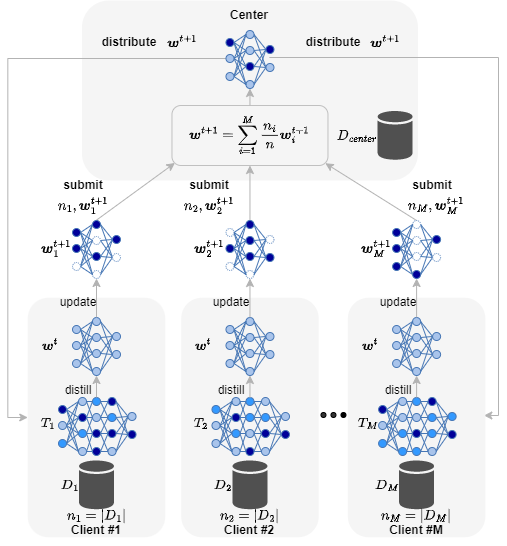
The draw.io diagram fedKA.png in guritian/fl-noniid, before a commit. Source tidied: cells renumbered, new cells last; positions are measured from the earlier drawing's top-left corner, leaving out a move shared by most shapes.
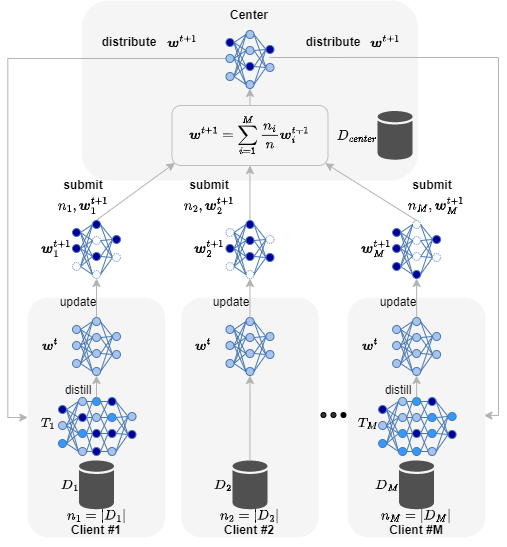
The same file after the commit.

Diff of the diagram source:
```diff
@@ -1115,186 +1115,9 @@
     <mxCell id="369" value="update" style="text;html=1;strokeColor=none;fillColor=none;align=center;verticalAlign=middle;whiteSpace=wrap;rounded=0;fillStyle=auto;" parent="1" vertex="1">
       <mxGeometry x="183" y="287" width="60" height="30" as="geometry" />
     </mxCell>
-    <mxCell id="370" style="edgeStyle=none;shape=connector;rounded=0;jettySize=auto;html=1;exitX=1;exitY=0.5;exitDx=0;exitDy=0;entryX=0;entryY=0.5;entryDx=0;entryDy=0;labelBackgroundColor=default;strokeColor=#4777B5;fontFamily=Helvetica;fontSize=12;fontColor=default;endArrow=none;endFill=0;" parent="1" edge="1" source="372" target="401">
-      <mxGeometry relative="1" as="geometry" />
-    </mxCell>
-    <mxCell id="371" style="edgeStyle=none;shape=connector;rounded=0;jettySize=auto;html=1;exitX=1;exitY=0.5;exitDx=0;exitDy=0;entryX=0;entryY=0.5;entryDx=0;entryDy=0;labelBackgroundColor=default;strokeColor=#4777B5;fontFamily=Helvetica;fontSize=12;fontColor=default;endArrow=none;endFill=0;" parent="1" edge="1" source="372" target="405">
-      <mxGeometry relative="1" as="geometry" />
-    </mxCell>
-    <mxCell id="372" style="ellipse;whiteSpace=wrap;html=1;fillColor=#A9C4EB;strokeColor=#4777B5;fontColor=default;fillStyle=auto;" parent="1" vertex="1">
-      <mxGeometry x="213.5" y="397" width="8" height="8" as="geometry" />
-    </mxCell>
-    <mxCell id="373" style="edgeStyle=none;shape=connector;rounded=0;jettySize=auto;html=1;exitX=1;exitY=0.5;exitDx=0;exitDy=0;entryX=0;entryY=0.5;entryDx=0;entryDy=0;labelBackgroundColor=default;strokeColor=#4777B5;fontFamily=Helvetica;fontSize=12;fontColor=default;endArrow=none;endFill=0;" parent="1" edge="1" source="376" target="405">
-      <mxGeometry relative="1" as="geometry" />
-    </mxCell>
-    <mxCell id="374" style="edgeStyle=none;shape=connector;rounded=0;jettySize=auto;html=1;exitX=1;exitY=0.5;exitDx=0;exitDy=0;entryX=0;entryY=0.5;entryDx=0;entryDy=0;labelBackgroundColor=default;strokeColor=#4777B5;fontFamily=Helvetica;fontSize=12;fontColor=default;endArrow=none;endFill=0;" parent="1" edge="1" source="376" target="401">
-      <mxGeometry relative="1" as="geometry" />
-    </mxCell>
-    <mxCell id="375" style="edgeStyle=none;shape=connector;rounded=0;jettySize=auto;html=1;exitX=1;exitY=0.5;exitDx=0;exitDy=0;entryX=0;entryY=0.5;entryDx=0;entryDy=0;labelBackgroundColor=default;strokeColor=#4777B5;fontFamily=Helvetica;fontSize=12;fontColor=default;endArrow=none;endFill=0;" parent="1" edge="1" source="376" target="409">
-      <mxGeometry relative="1" as="geometry" />
-    </mxCell>
-    <mxCell id="376" style="ellipse;whiteSpace=wrap;html=1;strokeColor=#4777B5;fillColor=#000099;fillStyle=auto;" parent="1" vertex="1">
-      <mxGeometry x="213.5" y="413" width="8" height="8" as="geometry" />
-    </mxCell>
-    <mxCell id="377" style="edgeStyle=none;shape=connector;rounded=0;jettySize=auto;html=1;exitX=1;exitY=0.5;exitDx=0;exitDy=0;entryX=0;entryY=0.5;entryDx=0;entryDy=0;labelBackgroundColor=default;strokeColor=#4777B5;fontFamily=Helvetica;fontSize=12;fontColor=default;endArrow=none;endFill=0;" parent="1" edge="1" source="380" target="409">
-      <mxGeometry relative="1" as="geometry" />
-    </mxCell>
-    <mxCell id="378" style="edgeStyle=none;shape=connector;rounded=0;jettySize=auto;html=1;exitX=1;exitY=0.5;exitDx=0;exitDy=0;entryX=0;entryY=0.5;entryDx=0;entryDy=0;labelBackgroundColor=default;strokeColor=#4777B5;fontFamily=Helvetica;fontSize=12;fontColor=default;endArrow=none;endFill=0;" parent="1" edge="1" source="380" target="405">
-      <mxGeometry relative="1" as="geometry" />
-    </mxCell>
-    <mxCell id="379" style="edgeStyle=none;shape=connector;rounded=0;jettySize=auto;html=1;exitX=1;exitY=0.5;exitDx=0;exitDy=0;entryX=0;entryY=0.5;entryDx=0;entryDy=0;labelBackgroundColor=default;strokeColor=#4777B5;fontFamily=Helvetica;fontSize=12;fontColor=default;endArrow=none;endFill=0;" parent="1" edge="1" source="380" target="412">
-      <mxGeometry relative="1" as="geometry" />
-    </mxCell>
-    <mxCell id="380" style="ellipse;whiteSpace=wrap;html=1;strokeColor=#4777B5;fillColor=#3399FF;fontColor=default;fillStyle=auto;" parent="1" vertex="1">
-      <mxGeometry x="213.5" y="429" width="8" height="8" as="geometry" />
-    </mxCell>
-    <mxCell id="381" style="edgeStyle=none;shape=connector;rounded=0;jettySize=auto;html=1;exitX=1;exitY=0.5;exitDx=0;exitDy=0;entryX=0;entryY=0.5;entryDx=0;entryDy=0;labelBackgroundColor=default;strokeColor=#4777B5;fontFamily=Helvetica;fontSize=12;fontColor=default;endArrow=none;endFill=0;" parent="1" edge="1" source="383" target="412">
-      <mxGeometry relative="1" as="geometry" />
-    </mxCell>
-    <mxCell id="382" style="edgeStyle=none;shape=connector;rounded=0;jettySize=auto;html=1;exitX=1;exitY=0.5;exitDx=0;exitDy=0;entryX=0;entryY=0.5;entryDx=0;entryDy=0;labelBackgroundColor=default;strokeColor=#4777B5;fontFamily=Helvetica;fontSize=12;fontColor=default;endArrow=none;endFill=0;" parent="1" edge="1" source="383" target="409">
-      <mxGeometry relative="1" as="geometry" />
-    </mxCell>
-    <mxCell id="383" style="ellipse;whiteSpace=wrap;html=1;strokeColor=#4777B5;fillColor=#A9C4EB;fillStyle=auto;" parent="1" vertex="1">
-      <mxGeometry x="213.5" y="447" width="8" height="8" as="geometry" />
-    </mxCell>
-    <mxCell id="384" style="rounded=0;jettySize=auto;html=1;exitX=1;exitY=0.5;exitDx=0;exitDy=0;entryX=0;entryY=0.5;entryDx=0;entryDy=0;strokeColor=#4777B5;endArrow=none;endFill=0;" parent="1" edge="1" source="388" target="372">
-      <mxGeometry relative="1" as="geometry" />
-    </mxCell>
-    <mxCell id="385" style="edgeStyle=none;rounded=0;jettySize=auto;html=1;exitX=1;exitY=0.5;exitDx=0;exitDy=0;entryX=0;entryY=0.5;entryDx=0;entryDy=0;strokeColor=#4777B5;endArrow=none;endFill=0;" parent="1" edge="1" source="388" target="376">
-      <mxGeometry relative="1" as="geometry" />
-    </mxCell>
-    <mxCell id="386" style="edgeStyle=none;rounded=0;jettySize=auto;html=1;exitX=1;exitY=0.5;exitDx=0;exitDy=0;entryX=0;entryY=0.5;entryDx=0;entryDy=0;strokeColor=#4777B5;endArrow=none;endFill=0;" parent="1" edge="1" source="388" target="380">
-      <mxGeometry relative="1" as="geometry" />
-    </mxCell>
-    <mxCell id="387" style="edgeStyle=none;rounded=0;jettySize=auto;html=1;exitX=1;exitY=0.5;exitDx=0;exitDy=0;entryX=0;entryY=0.5;entryDx=0;entryDy=0;strokeColor=#4777B5;endArrow=none;endFill=0;" parent="1" edge="1" source="388" target="383">
-      <mxGeometry relative="1" as="geometry" />
-    </mxCell>
-    <mxCell id="388" style="ellipse;whiteSpace=wrap;html=1;strokeColor=#4777B5;fillColor=#3399FF;fillStyle=auto;" parent="1" vertex="1">
-      <mxGeometry x="193.5" y="405" width="8" height="8" as="geometry" />
-    </mxCell>
-    <mxCell id="389" style="edgeStyle=none;rounded=0;jettySize=auto;html=1;exitX=1;exitY=0.5;exitDx=0;exitDy=0;entryX=0;entryY=0.5;entryDx=0;entryDy=0;strokeColor=#4777B5;endArrow=none;endFill=0;" parent="1" edge="1" source="393" target="376">
-      <mxGeometry relative="1" as="geometry" />
-    </mxCell>
-    <mxCell id="390" style="edgeStyle=none;rounded=0;jettySize=auto;html=1;exitX=1;exitY=0.5;exitDx=0;exitDy=0;entryX=0;entryY=0.5;entryDx=0;entryDy=0;strokeColor=#4777B5;endArrow=none;endFill=0;" parent="1" edge="1" source="393" target="380">
-      <mxGeometry relative="1" as="geometry" />
-    </mxCell>
-    <mxCell id="391" style="edgeStyle=none;rounded=0;jettySize=auto;html=1;exitX=1;exitY=0.5;exitDx=0;exitDy=0;entryX=0;entryY=0.5;entryDx=0;entryDy=0;strokeColor=#4777B5;endArrow=none;endFill=0;" parent="1" edge="1" source="393" target="372">
-      <mxGeometry relative="1" as="geometry" />
-    </mxCell>
-    <mxCell id="392" style="edgeStyle=none;rounded=0;jettySize=auto;html=1;exitX=1;exitY=0.5;exitDx=0;exitDy=0;entryX=0;entryY=0.5;entryDx=0;entryDy=0;strokeColor=#4777B5;endArrow=none;endFill=0;" parent="1" edge="1" source="393" target="383">
-      <mxGeometry relative="1" as="geometry" />
-    </mxCell>
-    <mxCell id="393" style="ellipse;whiteSpace=wrap;html=1;strokeColor=#4777B5;fillColor=#A9C4EB;fontColor=default;fillStyle=auto;" parent="1" vertex="1">
-      <mxGeometry x="193.5" y="421" width="8" height="8" as="geometry" />
-    </mxCell>
-    <mxCell id="394" style="edgeStyle=none;rounded=0;jettySize=auto;html=1;exitX=1;exitY=0.5;exitDx=0;exitDy=0;entryX=0;entryY=0.5;entryDx=0;entryDy=0;strokeColor=#4777B5;endArrow=none;endFill=0;" parent="1" edge="1" source="398" target="383">
-      <mxGeometry relative="1" as="geometry" />
-    </mxCell>
-    <mxCell id="395" style="edgeStyle=none;rounded=0;jettySize=auto;html=1;exitX=1;exitY=0.5;exitDx=0;exitDy=0;entryX=0;entryY=0.5;entryDx=0;entryDy=0;strokeColor=#4777B5;endArrow=none;endFill=0;" parent="1" edge="1" source="398" target="380">
-      <mxGeometry relative="1" as="geometry" />
-    </mxCell>
-    <mxCell id="396" style="edgeStyle=none;rounded=0;jettySize=auto;html=1;exitX=1;exitY=0.5;exitDx=0;exitDy=0;entryX=0;entryY=0.5;entryDx=0;entryDy=0;strokeColor=#4777B5;endArrow=none;endFill=0;" parent="1" edge="1" source="398" target="376">
-      <mxGeometry relative="1" as="geometry" />
-    </mxCell>
-    <mxCell id="397" style="edgeStyle=none;rounded=0;jettySize=auto;html=1;exitX=1;exitY=0.5;exitDx=0;exitDy=0;entryX=0;entryY=0.5;entryDx=0;entryDy=0;strokeColor=#4777B5;endArrow=none;endFill=0;" parent="1" edge="1" source="398" target="372">
-      <mxGeometry relative="1" as="geometry" />
-    </mxCell>
-    <mxCell id="398" style="ellipse;whiteSpace=wrap;html=1;strokeColor=#4777B5;fillColor=#A9C4EB;fillStyle=auto;" parent="1" vertex="1">
-      <mxGeometry x="193.5" y="439" width="8" height="8" as="geometry" />
-    </mxCell>
-    <mxCell id="399" style="edgeStyle=none;shape=connector;rounded=0;jettySize=auto;html=1;exitX=1;exitY=0.5;exitDx=0;exitDy=0;entryX=0;entryY=0.5;entryDx=0;entryDy=0;labelBackgroundColor=default;strokeColor=#4777B5;fontFamily=Helvetica;fontSize=12;fontColor=default;endArrow=none;endFill=0;" parent="1" edge="1" source="401" target="415">
-      <mxGeometry relative="1" as="geometry" />
-    </mxCell>
-    <mxCell id="400" style="edgeStyle=none;shape=connector;rounded=0;jettySize=auto;html=1;exitX=1;exitY=0.5;exitDx=0;exitDy=0;entryX=0;entryY=0.5;entryDx=0;entryDy=0;labelBackgroundColor=default;strokeColor=#4777B5;fontFamily=Helvetica;fontSize=12;fontColor=default;endArrow=none;endFill=0;" parent="1" edge="1" source="401" target="418">
-      <mxGeometry relative="1" as="geometry" />
-    </mxCell>
-    <mxCell id="401" style="ellipse;whiteSpace=wrap;html=1;fillColor=#3399FF;strokeColor=#4777B5;fontColor=default;fillStyle=auto;" parent="1" vertex="1">
-      <mxGeometry x="227.5" y="397" width="8" height="8" as="geometry" />
-    </mxCell>
-    <mxCell id="402" style="edgeStyle=none;shape=connector;rounded=0;jettySize=auto;html=1;exitX=1;exitY=0.5;exitDx=0;exitDy=0;entryX=0;entryY=0.5;entryDx=0;entryDy=0;labelBackgroundColor=default;strokeColor=#4777B5;fontFamily=Helvetica;fontSize=12;fontColor=default;endArrow=none;endFill=0;" parent="1" edge="1" source="405" target="418">
-      <mxGeometry relative="1" as="geometry" />
-    </mxCell>
-    <mxCell id="403" style="edgeStyle=none;shape=connector;rounded=0;jettySize=auto;html=1;exitX=1;exitY=0.5;exitDx=0;exitDy=0;entryX=0;entryY=0.5;entryDx=0;entryDy=0;labelBackgroundColor=default;strokeColor=#4777B5;fontFamily=Helvetica;fontSize=12;fontColor=default;endArrow=none;endFill=0;" parent="1" edge="1" source="405" target="415">
-      <mxGeometry relative="1" as="geometry" />
-    </mxCell>
-    <mxCell id="404" style="edgeStyle=none;shape=connector;rounded=0;jettySize=auto;html=1;exitX=1;exitY=0.5;exitDx=0;exitDy=0;entryX=0;entryY=0.5;entryDx=0;entryDy=0;labelBackgroundColor=default;strokeColor=#4777B5;fontFamily=Helvetica;fontSize=12;fontColor=default;endArrow=none;endFill=0;" parent="1" edge="1" source="405" target="421">
-      <mxGeometry relative="1" as="geometry" />
-    </mxCell>
-    <mxCell id="405" style="ellipse;whiteSpace=wrap;html=1;strokeColor=#4777B5;fillColor=#3399FF;fillStyle=auto;" parent="1" vertex="1">
-      <mxGeometry x="227.5" y="413" width="8" height="8" as="geometry" />
-    </mxCell>
-    <mxCell id="406" style="edgeStyle=none;shape=connector;rounded=0;jettySize=auto;html=1;exitX=1;exitY=0.5;exitDx=0;exitDy=0;entryX=0;entryY=0.5;entryDx=0;entryDy=0;labelBackgroundColor=default;strokeColor=#4777B5;fontFamily=Helvetica;fontSize=12;fontColor=default;endArrow=none;endFill=0;" parent="1" edge="1" source="409" target="421">
-      <mxGeometry relative="1" as="geometry" />
-    </mxCell>
-    <mxCell id="407" style="edgeStyle=none;shape=connector;rounded=0;jettySize=auto;html=1;exitX=1;exitY=0.5;exitDx=0;exitDy=0;entryX=0;entryY=0.5;entryDx=0;entryDy=0;labelBackgroundColor=default;strokeColor=#4777B5;fontFamily=Helvetica;fontSize=12;fontColor=default;endArrow=none;endFill=0;" parent="1" edge="1" source="409" target="418">
-      <mxGeometry relative="1" as="geometry" />
-    </mxCell>
-    <mxCell id="408" style="edgeStyle=none;shape=connector;rounded=0;jettySize=auto;html=1;exitX=1;exitY=0.5;exitDx=0;exitDy=0;entryX=0;entryY=0.5;entryDx=0;entryDy=0;labelBackgroundColor=default;strokeColor=#4777B5;fontFamily=Helvetica;fontSize=12;fontColor=default;endArrow=none;endFill=0;" parent="1" edge="1" source="409" target="425">
-      <mxGeometry relative="1" as="geometry" />
-    </mxCell>
-    <mxCell id="409" style="ellipse;whiteSpace=wrap;html=1;strokeColor=#4777B5;fillColor=#A9C4EB;fontColor=default;fillStyle=auto;" parent="1" vertex="1">
-      <mxGeometry x="227.5" y="429" width="8" height="8" as="geometry" />
-    </mxCell>
-    <mxCell id="410" style="edgeStyle=none;shape=connector;rounded=0;jettySize=auto;html=1;exitX=1;exitY=0.5;exitDx=0;exitDy=0;entryX=0;entryY=0.5;entryDx=0;entryDy=0;labelBackgroundColor=default;strokeColor=#4777B5;fontFamily=Helvetica;fontSize=12;fontColor=default;endArrow=none;endFill=0;" parent="1" edge="1" source="412" target="425">
-      <mxGeometry relative="1" as="geometry" />
-    </mxCell>
-    <mxCell id="411" style="edgeStyle=none;shape=connector;rounded=0;jettySize=auto;html=1;exitX=1;exitY=0.5;exitDx=0;exitDy=0;entryX=0;entryY=0.5;entryDx=0;entryDy=0;labelBackgroundColor=default;strokeColor=#4777B5;fontFamily=Helvetica;fontSize=12;fontColor=default;endArrow=none;endFill=0;" parent="1" edge="1" source="412" target="421">
-      <mxGeometry relative="1" as="geometry" />
-    </mxCell>
-    <mxCell id="412" style="ellipse;whiteSpace=wrap;html=1;strokeColor=#4777B5;fillColor=#000099;fillStyle=auto;" parent="1" vertex="1">
-      <mxGeometry x="227.5" y="447" width="8" height="8" as="geometry" />
-    </mxCell>
-    <mxCell id="413" style="edgeStyle=none;rounded=0;jettySize=auto;html=1;exitX=1;exitY=0.5;exitDx=0;exitDy=0;entryX=0;entryY=0.5;entryDx=0;entryDy=0;strokeColor=#4777B5;endArrow=none;endFill=0;" parent="1" edge="1" source="415" target="426">
-      <mxGeometry relative="1" as="geometry" />
-    </mxCell>
-    <mxCell id="414" style="rounded=0;jettySize=auto;html=1;exitX=1;exitY=0.5;exitDx=0;exitDy=0;entryX=0;entryY=0.5;entryDx=0;entryDy=0;endArrow=none;strokeColor=#4777B5;endFill=0;" parent="1" edge="1" source="415" target="427">
-      <mxGeometry relative="1" as="geometry" />
-    </mxCell>
-    <mxCell id="415" style="ellipse;whiteSpace=wrap;html=1;fillColor=#A9C4EB;strokeColor=#4777B5;fontColor=default;fillStyle=auto;" parent="1" vertex="1">
-      <mxGeometry x="243" y="397" width="8" height="8" as="geometry" />
-    </mxCell>
-    <mxCell id="416" style="edgeStyle=none;rounded=0;jettySize=auto;html=1;exitX=1;exitY=0.5;exitDx=0;exitDy=0;entryX=0;entryY=0.5;entryDx=0;entryDy=0;strokeColor=#4777B5;endArrow=none;endFill=0;" parent="1" edge="1" source="418" target="427">
-      <mxGeometry relative="1" as="geometry" />
-    </mxCell>
-    <mxCell id="417" style="edgeStyle=none;shape=connector;rounded=0;jettySize=auto;html=1;exitX=1;exitY=0.5;exitDx=0;exitDy=0;entryX=0;entryY=0.5;entryDx=0;entryDy=0;labelBackgroundColor=default;strokeColor=#4777B5;fontFamily=Helvetica;fontSize=11;fontColor=default;endArrow=none;endFill=0;" parent="1" edge="1" source="418" target="426">
-      <mxGeometry relative="1" as="geometry" />
-    </mxCell>
-    <mxCell id="418" style="ellipse;whiteSpace=wrap;html=1;strokeColor=#4777B5;fillColor=#3399FF;fillStyle=auto;" parent="1" vertex="1">
-      <mxGeometry x="243" y="413" width="8" height="8" as="geometry" />
-    </mxCell>
-    <mxCell id="419" style="edgeStyle=none;shape=connector;rounded=0;jettySize=auto;html=1;exitX=1;exitY=0.5;exitDx=0;exitDy=0;entryX=0;entryY=0.5;entryDx=0;entryDy=0;labelBackgroundColor=default;strokeColor=#4777B5;fontFamily=Helvetica;fontSize=11;fontColor=default;endArrow=none;endFill=0;" parent="1" edge="1" source="421" target="426">
-      <mxGeometry relative="1" as="geometry" />
-    </mxCell>
-    <mxCell id="420" style="edgeStyle=none;shape=connector;rounded=0;jettySize=auto;html=1;exitX=1;exitY=0.5;exitDx=0;exitDy=0;entryX=0;entryY=0.5;entryDx=0;entryDy=0;labelBackgroundColor=default;strokeColor=#4777B5;fontFamily=Helvetica;fontSize=11;fontColor=default;endArrow=none;endFill=0;" parent="1" edge="1" source="421" target="427">
-      <mxGeometry relative="1" as="geometry" />
-    </mxCell>
-    <mxCell id="421" style="ellipse;whiteSpace=wrap;html=1;strokeColor=#4777B5;fillColor=#000099;fontColor=default;fillStyle=auto;" parent="1" vertex="1">
-      <mxGeometry x="243" y="429" width="8" height="8" as="geometry" />
-    </mxCell>
-    <mxCell id="422" style="edgeStyle=none;rounded=0;jettySize=auto;html=1;exitX=1;exitY=0.5;exitDx=0;exitDy=0;entryX=0;entryY=0.5;entryDx=0;entryDy=0;strokeColor=#4777B5;endArrow=none;endFill=0;" parent="1" edge="1" source="425" target="427">
-      <mxGeometry relative="1" as="geometry" />
-    </mxCell>
-    <mxCell id="423" value="distill" style="text;html=1;strokeColor=none;fillColor=none;align=center;verticalAlign=middle;whiteSpace=wrap;rounded=0;fillStyle=auto;" parent="1" vertex="1">
-      <mxGeometry x="183" y="375" width="60" height="30" as="geometry" />
-    </mxCell>
-    <mxCell id="424" style="edgeStyle=none;rounded=0;jettySize=auto;html=1;exitX=1;exitY=0.5;exitDx=0;exitDy=0;entryX=0;entryY=0.5;entryDx=0;entryDy=0;strokeColor=#4777B5;endArrow=none;endFill=0;" parent="1" edge="1" source="425" target="426">
-      <mxGeometry relative="1" as="geometry" />
-    </mxCell>
-    <mxCell id="425" style="ellipse;whiteSpace=wrap;html=1;strokeColor=#4777B5;fillColor=#A9C4EB;fillStyle=auto;" parent="1" vertex="1">
-      <mxGeometry x="243" y="447" width="8" height="8" as="geometry" />
-    </mxCell>
-    <mxCell id="426" style="ellipse;whiteSpace=wrap;html=1;strokeColor=#4777B5;fillColor=#A9C4EB;fontColor=default;fillStyle=auto;" parent="1" vertex="1">
-      <mxGeometry x="263" y="412" width="8" height="8" as="geometry" />
-    </mxCell>
-    <mxCell id="427" style="ellipse;whiteSpace=wrap;html=1;strokeColor=#4777B5;fillColor=#000099;fillStyle=auto;" parent="1" vertex="1">
-      <mxGeometry x="263" y="430" width="8" height="8" as="geometry" />
-    </mxCell>
-    <mxCell id="428" style="endArrow=classic;html=1;rounded=0;strokeColor=#B3B3B3;entryX=0.5;entryY=1;entryDx=0;entryDy=0;exitX=0.5;exitY=0;exitDx=0;exitDy=0;" parent="1" edge="1" source="401" target="349">
+    <mxCell id="428" style="endArrow=classic;html=1;rounded=0;strokeColor=#B3B3B3;entryX=0.5;entryY=1;entryDx=0;entryDy=0;" parent="1" edge="1" source="306" target="349">
       <mxGeometry relative="1" as="geometry" />
     </mxCell>
-    <mxCell id="429" value="$$T_{2}$$" style="text;html=1;strokeColor=none;fillColor=none;align=center;verticalAlign=middle;whiteSpace=wrap;rounded=0;" parent="1" vertex="1">
-      <mxGeometry x="153.5" y="408" width="60" height="30" as="geometry" />
-    </mxCell>
     <mxCell id="430" value="$$\boldsymbol{w}^{t+1}_{2}$$" style="text;html=1;strokeColor=none;fillColor=none;align=center;verticalAlign=middle;whiteSpace=wrap;rounded=0;fillStyle=auto;" parent="1" vertex="1">
       <mxGeometry x="161.5" y="233" width="60" height="30" as="geometry" />
     </mxCell>
```
